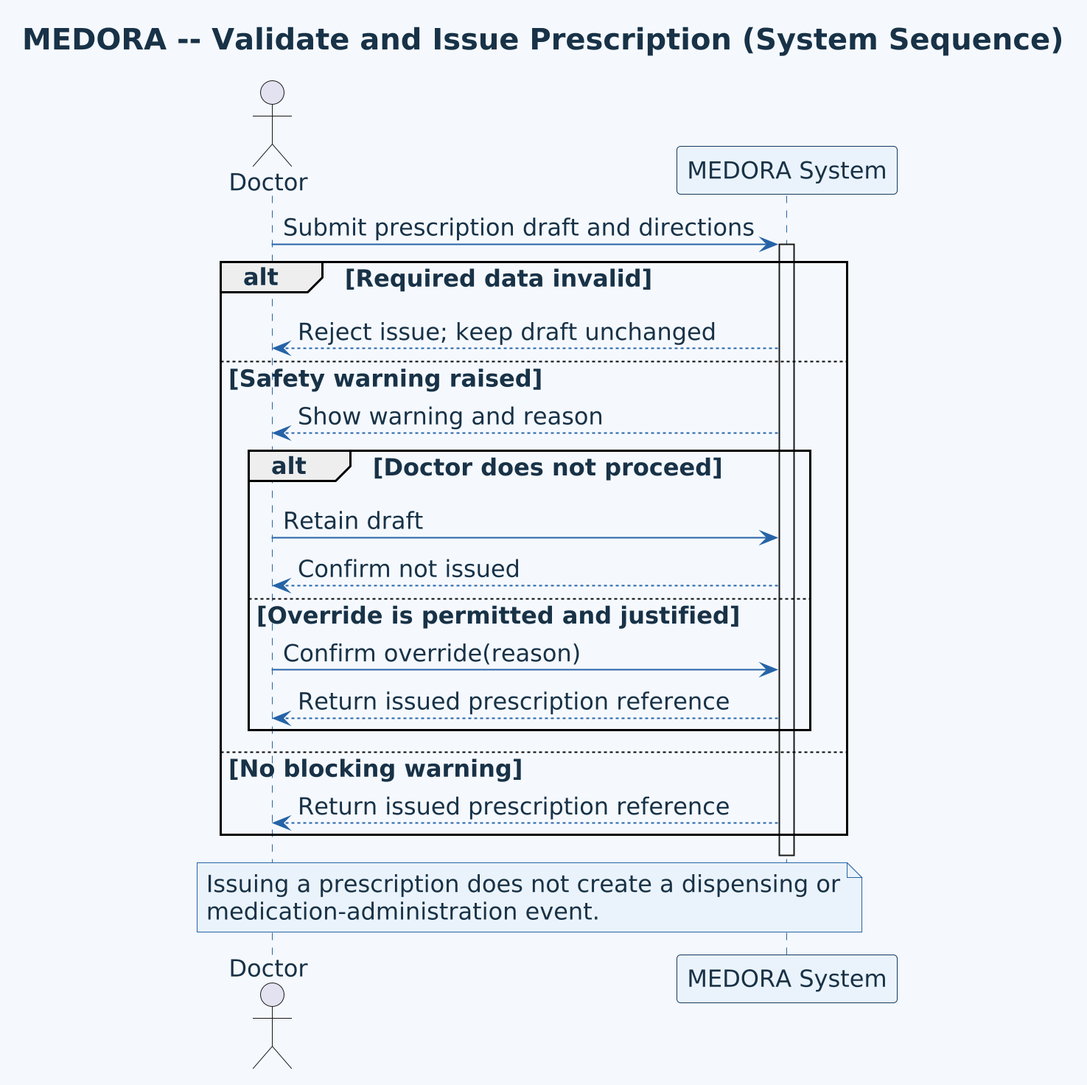
This is doc/asset/05-behavioral-modeling-implementation/behavioral-uml/sequence-by-function/prescription/figure/issue-prescription-safely.png from DucDung-1107/SysDes_2026.1_Group_08, a PlantUML export, as it was before one commit. The source it was exported from:
```plantuml
@startuml
title MEDORA -- Validate and Issue Prescription (System Sequence)
skinparam shadowing false
skinparam dpi 192
skinparam backgroundColor #F5F9FE
skinparam defaultFontName Arial
skinparam defaultFontColor #183247
skinparam defaultFontSize 16
skinparam titleFontSize 20
skinparam note {
  BackgroundColor #EAF3FB
  BorderColor #2563A6
  FontColor #183247
}
skinparam ArrowColor #2563A6
skinparam sequence {
  ParticipantBackgroundColor #EAF3FB
  ParticipantBorderColor #163A5F
  ParticipantFontColor #183247
  LifeLineBorderColor #2563A6
  LifeLineBackgroundColor #F5F9FE
}
actor Doctor
participant "MEDORA System" as System

Doctor -> System: Submit prescription draft and directions
activate System
alt Required data invalid
  System --> Doctor: Reject issue; keep draft unchanged
else Safety warning raised
  System --> Doctor: Show warning and reason
  alt Doctor does not proceed
    Doctor -> System: Retain draft
    System --> Doctor: Confirm not issued
  else Override is permitted and justified
    Doctor -> System: Confirm override(reason)
    System --> Doctor: Return issued prescription reference
  end
else No blocking warning
  System --> Doctor: Return issued prescription reference
end
deactivate System
note over Doctor, System
  Issuing a prescription does not create a dispensing or
  medication-administration event.
end note
@enduml
```
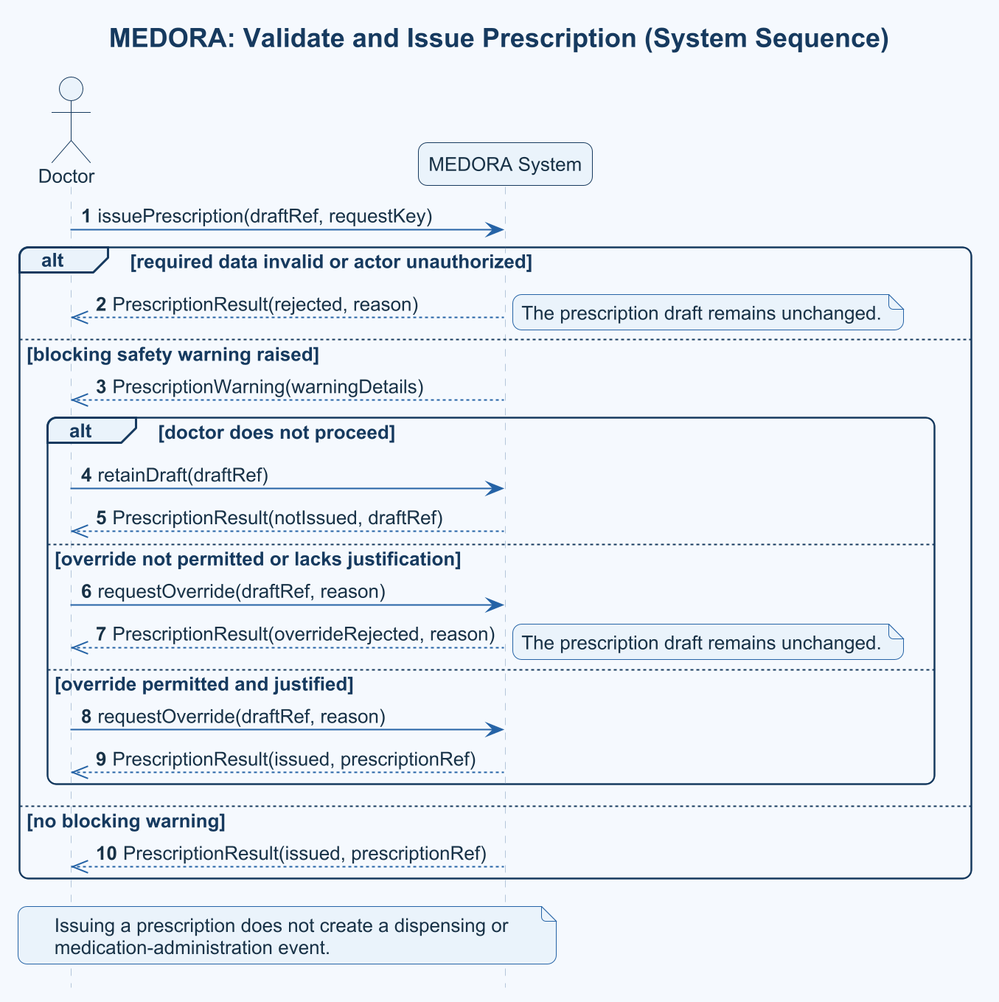
After the change.

Diff of the diagram source:
```diff
@@ -1,45 +1,34 @@
 @startuml
-title MEDORA -- Validate and Issue Prescription (System Sequence)
-skinparam shadowing false
+title MEDORA: Validate and Issue Prescription (System Sequence)
+!include ../../../../../shared/templates/medora-style.puml
 skinparam dpi 192
-skinparam backgroundColor #F5F9FE
-skinparam defaultFontName Arial
-skinparam defaultFontColor #183247
-skinparam defaultFontSize 16
-skinparam titleFontSize 20
-skinparam note {
-  BackgroundColor #EAF3FB
-  BorderColor #2563A6
-  FontColor #183247
-}
-skinparam ArrowColor #2563A6
-skinparam sequence {
-  ParticipantBackgroundColor #EAF3FB
-  ParticipantBorderColor #163A5F
-  ParticipantFontColor #183247
-  LifeLineBorderColor #2563A6
-  LifeLineBackgroundColor #F5F9FE
-}
+skinparam defaultFontSize 13
+skinparam titleFontSize 18
+hide footbox
+autonumber
 actor Doctor
 participant "MEDORA System" as System
 
-Doctor -> System: Submit prescription draft and directions
-activate System
-alt Required data invalid
-  System --> Doctor: Reject issue; keep draft unchanged
-else Safety warning raised
-  System --> Doctor: Show warning and reason
-  alt Doctor does not proceed
-    Doctor -> System: Retain draft
-    System --> Doctor: Confirm not issued
-  else Override is permitted and justified
-    Doctor -> System: Confirm override(reason)
-    System --> Doctor: Return issued prescription reference
+Doctor -> System: issuePrescription(draftRef, requestKey)
+alt required data invalid or actor unauthorized
+  System -->> Doctor: PrescriptionResult(rejected, reason)
+  note right: The prescription draft remains unchanged.
+else blocking safety warning raised
+  System -->> Doctor: PrescriptionWarning(warningDetails)
+  alt doctor does not proceed
+    Doctor -> System: retainDraft(draftRef)
+    System -->> Doctor: PrescriptionResult(notIssued, draftRef)
+  else override not permitted or lacks justification
+    Doctor -> System: requestOverride(draftRef, reason)
+    System -->> Doctor: PrescriptionResult(overrideRejected, reason)
+    note right: The prescription draft remains unchanged.
+  else override permitted and justified
+    Doctor -> System: requestOverride(draftRef, reason)
+    System -->> Doctor: PrescriptionResult(issued, prescriptionRef)
   end
-else No blocking warning
-  System --> Doctor: Return issued prescription reference
+else no blocking warning
+  System -->> Doctor: PrescriptionResult(issued, prescriptionRef)
 end
-deactivate System
 note over Doctor, System
   Issuing a prescription does not create a dispensing or
   medication-administration event.
```
